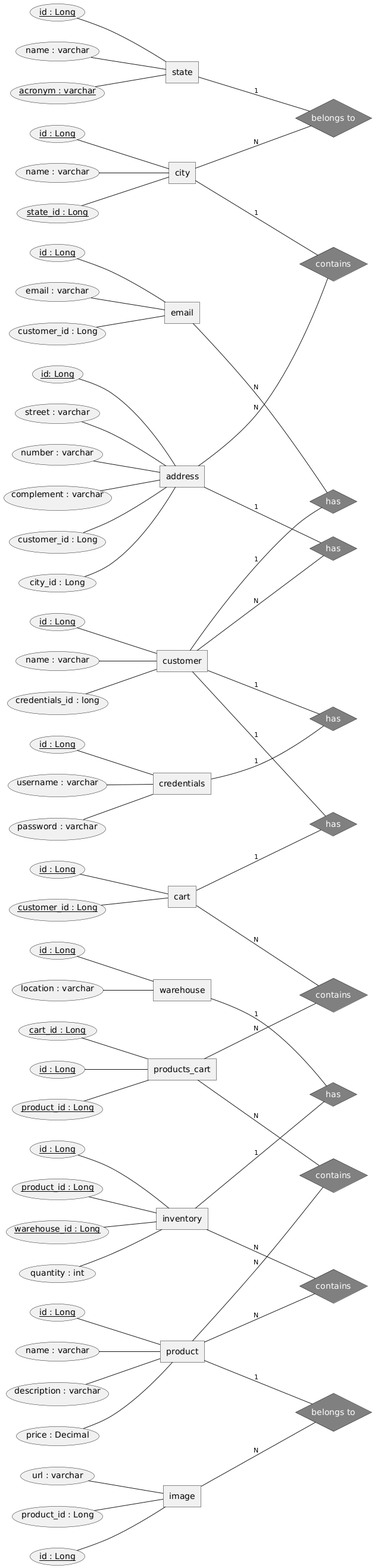
Above: diagrams/ER.png in alexandrendev/e-commerce-java (PlantUML), before the change.
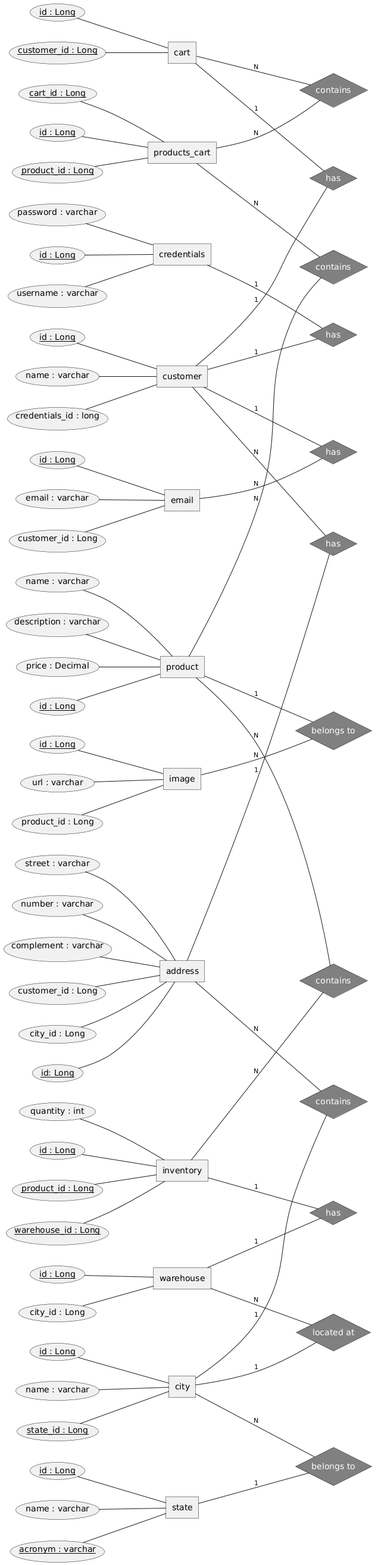
The same file after the commit.

Commit message:
update diagram + add DER generated by dbeaver

What changed in the source:
```diff
@@ -75,7 +75,7 @@
 
 entity warehouse {
   id : Long <<key>>
-  location : varchar
+  city_id : Long
 }
 
 entity inventory {
@@ -152,4 +152,9 @@
 }
 product -1- IMAGE_PRODUCT
 image -N- IMAGE_PRODUCT
+
+relationship "located at" as WAREHOUSE_CITY <<grey>>{
+}
+city -1- WAREHOUSE_CITY
+warehouse -N- WAREHOUSE_CITY
 @endchen
```
